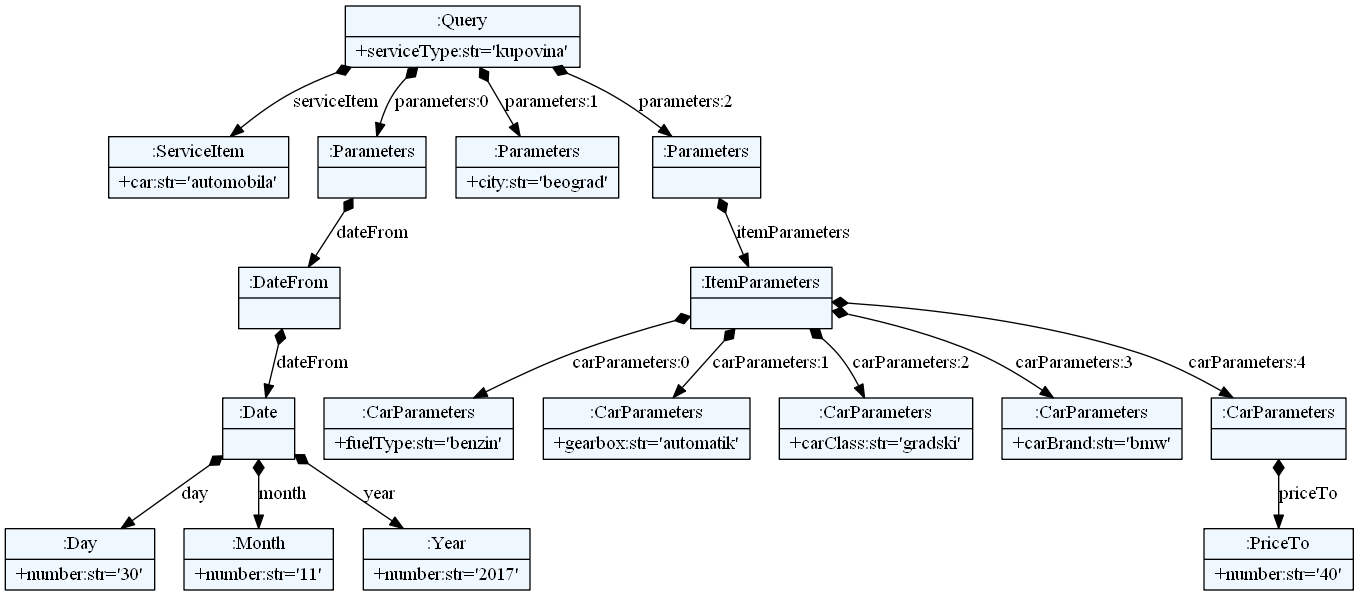
The Graphviz diagram textXGrammar/test.png in ftnE2-tim1-2016-17/jsd, before a commit. Its source is kept beside it as textXGrammar/test.dot.
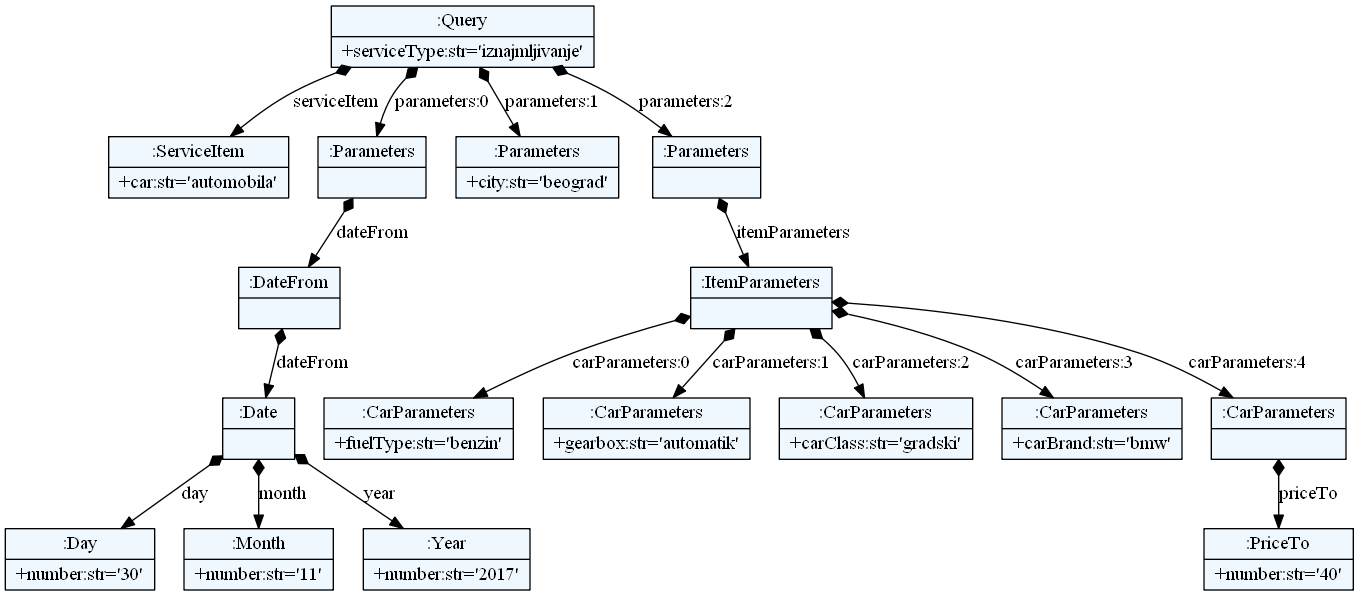
After the commit.

Commit message:
Izmena interpretera za iznajmljivanje vozila.

Change to the diagram source:
```diff
@@ -10,38 +10,38 @@
     edge[dir=black,arrowtail=empty]
 
 
-73767456 -> 73765104 [label="serviceItem" arrowtail=diamond dir=both]
-73765104[label="{:ServiceItem|+car:str='automobila'\l}"]
-73767456 -> 73765160 [label="parameters:0" arrowtail=diamond dir=both]
-73765160 -> 73765384 [label="dateFrom" arrowtail=diamond dir=both]
-73765384 -> 73766000 [label="dateFrom" arrowtail=diamond dir=both]
-73766000 -> 73765552 [label="day" arrowtail=diamond dir=both]
-73765552[label="{:Day|+number:str='30'\l}"]
-73766000 -> 73766056 [label="month" arrowtail=diamond dir=both]
-73766056[label="{:Month|+number:str='11'\l}"]
-73766000 -> 73767400 [label="year" arrowtail=diamond dir=both]
-73767400[label="{:Year|+number:str='2017'\l}"]
-73766000[label="{:Date|}"]
-73765384[label="{:DateFrom|}"]
-73765160[label="{:Parameters|}"]
-73767456 -> 73766392 [label="parameters:1" arrowtail=diamond dir=both]
-73766392[label="{:Parameters|+city:str='beograd'\l}"]
-73767456 -> 73767736 [label="parameters:2" arrowtail=diamond dir=both]
-73767736 -> 73765664 [label="itemParameters" arrowtail=diamond dir=both]
-73765664 -> 73765440 [label="carParameters:0" arrowtail=diamond dir=both]
-73765440[label="{:CarParameters|+fuelType:str='benzin'\l}"]
-73765664 -> 73765888 [label="carParameters:1" arrowtail=diamond dir=both]
-73765888[label="{:CarParameters|+gearbox:str='automatik'\l}"]
-73765664 -> 73766952 [label="carParameters:2" arrowtail=diamond dir=both]
-73766952[label="{:CarParameters|+carClass:str='gradski'\l}"]
-73765664 -> 73766784 [label="carParameters:3" arrowtail=diamond dir=both]
-73766784[label="{:CarParameters|+carBrand:str='bmw'\l}"]
-73765664 -> 73766728 [label="carParameters:4" arrowtail=diamond dir=both]
-73766728 -> 73766168 [label="priceTo" arrowtail=diamond dir=both]
-73766168[label="{:PriceTo|+number:str='40'\l}"]
-73766728[label="{:CarParameters|}"]
-73765664[label="{:ItemParameters|}"]
-73767736[label="{:Parameters|}"]
-73767456[label="{:Query|+serviceType:str='kupovina'\l}"]
+65074344 -> 65192008 [label="serviceItem" arrowtail=diamond dir=both]
+65192008[label="{:ServiceItem|+car:str='automobila'\l}"]
+65074344 -> 65028616 [label="parameters:0" arrowtail=diamond dir=both]
+65028616 -> 65068504 [label="dateFrom" arrowtail=diamond dir=both]
+65068504 -> 65056272 [label="dateFrom" arrowtail=diamond dir=both]
+65056272 -> 65141952 [label="day" arrowtail=diamond dir=both]
+65141952[label="{:Day|+number:str='30'\l}"]
+65056272 -> 65142680 [label="month" arrowtail=diamond dir=both]
+65142680[label="{:Month|+number:str='11'\l}"]
+65056272 -> 65102848 [label="year" arrowtail=diamond dir=both]
+65102848[label="{:Year|+number:str='2017'\l}"]
+65056272[label="{:Date|}"]
+65068504[label="{:DateFrom|}"]
+65028616[label="{:Parameters|}"]
+65074344 -> 65065648 [label="parameters:1" arrowtail=diamond dir=both]
+65065648[label="{:Parameters|+city:str='beograd'\l}"]
+65074344 -> 65068672 [label="parameters:2" arrowtail=diamond dir=both]
+65068672 -> 65056104 [label="itemParameters" arrowtail=diamond dir=both]
+65056104 -> 65147008 [label="carParameters:0" arrowtail=diamond dir=both]
+65147008[label="{:CarParameters|+fuelType:str='benzin'\l}"]
+65056104 -> 65147568 [label="carParameters:1" arrowtail=diamond dir=both]
+65147568[label="{:CarParameters|+gearbox:str='automatik'\l}"]
+65056104 -> 65147400 [label="carParameters:2" arrowtail=diamond dir=both]
+65147400[label="{:CarParameters|+carClass:str='gradski'\l}"]
+65056104 -> 65160920 [label="carParameters:3" arrowtail=diamond dir=both]
+65160920[label="{:CarParameters|+carBrand:str='bmw'\l}"]
+65056104 -> 65159240 [label="carParameters:4" arrowtail=diamond dir=both]
+65159240 -> 64833352 [label="priceTo" arrowtail=diamond dir=both]
+64833352[label="{:PriceTo|+number:str='40'\l}"]
+65159240[label="{:CarParameters|}"]
+65056104[label="{:ItemParameters|}"]
+65068672[label="{:Parameters|}"]
+65074344[label="{:Query|+serviceType:str='iznajmljivanje'\l}"]
 
 }
```
